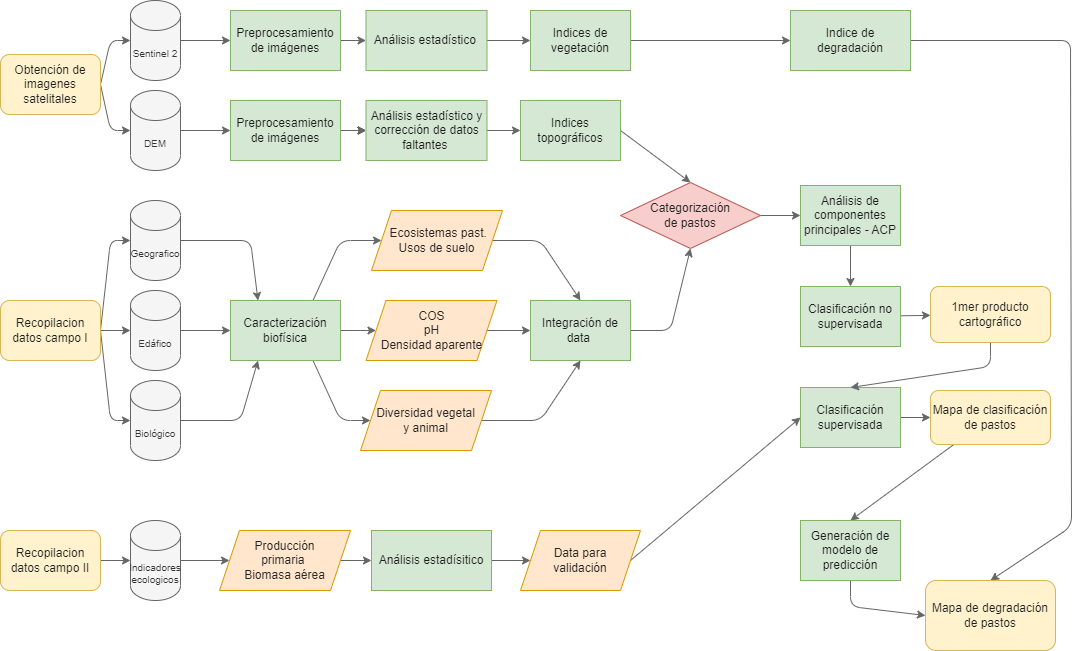
The draw.io diagram Metodologia2.drawio.png in labsaf/COS-HUARI, before a commit. Source tidied: cells renumbered, new cells last; positions are measured from the earlier drawing's top-left corner, leaving out a move shared by most shapes.
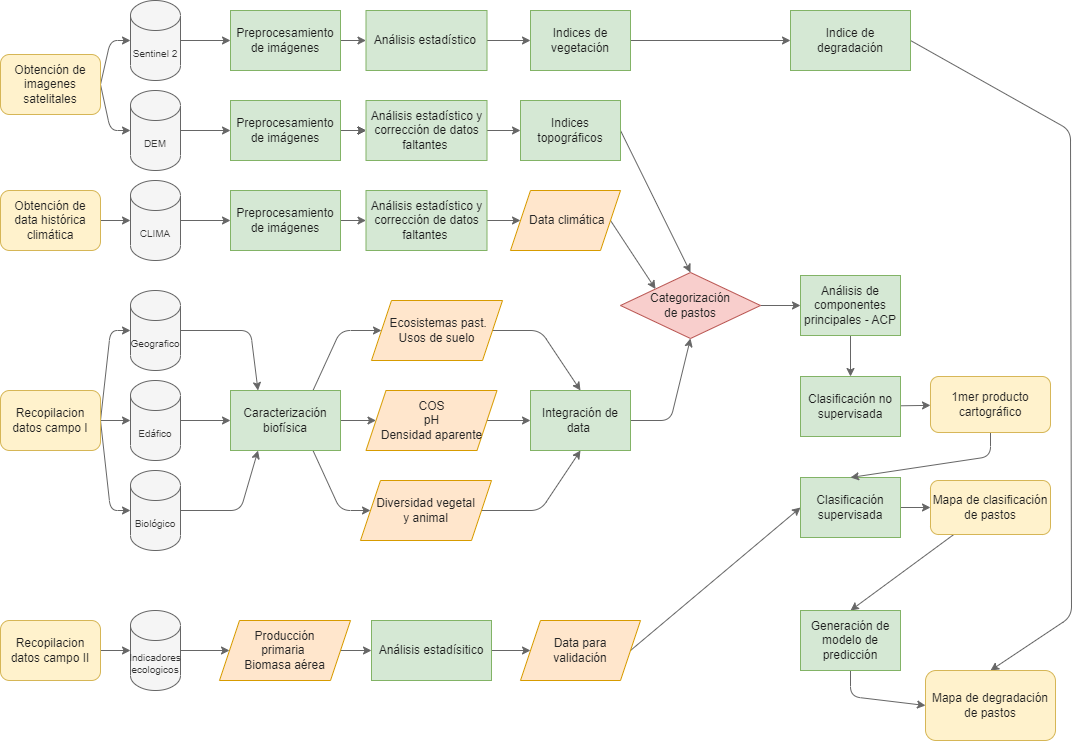
The same diagram one commit later.

Change to the diagram source:
```diff
@@ -5,19 +5,19 @@
     <mxCell id="2" style="edgeStyle=none;html=1;exitX=1;exitY=0.5;exitDx=0;exitDy=0;entryX=0;entryY=0.5;entryDx=0;entryDy=0;entryPerimeter=0;fontSize=12;labelBorderColor=default;fillColor=#f5f5f5;strokeColor=#666666;" parent="1" edge="1" source="4" target="18">
       <mxGeometry relative="1" as="geometry">
         <Array as="points">
-          <mxPoint x="110" y="40" />
+          <mxPoint x="110" y="-50" />
         </Array>
       </mxGeometry>
     </mxCell>
     <mxCell id="3" style="edgeStyle=none;html=1;exitX=1;exitY=0.5;exitDx=0;exitDy=0;entryX=0;entryY=0.5;entryDx=0;entryDy=0;entryPerimeter=0;fontSize=12;labelBorderColor=default;fillColor=#f5f5f5;strokeColor=#666666;" parent="1" edge="1" source="4" target="20">
       <mxGeometry relative="1" as="geometry">
         <Array as="points">
-          <mxPoint x="110" y="130" />
+          <mxPoint x="110" y="40" />
         </Array>
       </mxGeometry>
     </mxCell>
     <mxCell id="4" value="Obtención de imagenes satelitales" style="rounded=1;whiteSpace=wrap;html=1;fillColor=#fff2cc;strokeColor=#d6b656;fontColor=#1F1F1F;" parent="1" vertex="1">
-      <mxGeometry y="54" width="100" height="60" as="geometry" />
+      <mxGeometry y="-36" width="100" height="60" as="geometry" />
     </mxCell>
     <mxCell id="5" style="edgeStyle=none;html=1;exitX=1;exitY=0.5;exitDx=0;exitDy=0;entryX=0;entryY=0.5;entryDx=0;entryDy=0;entryPerimeter=0;fontSize=12;labelBorderColor=default;fillColor=#f5f5f5;strokeColor=#666666;" parent="1" edge="1" source="8" target="10">
       <mxGeometry relative="1" as="geometry">
@@ -69,24 +69,24 @@
       <mxGeometry relative="1" as="geometry" />
     </mxCell>
     <mxCell id="16" value="Preprocesamiento de imágenes" style="rounded=0;whiteSpace=wrap;html=1;fillColor=#d5e8d4;strokeColor=#82b366;fontColor=#1C1C1C;" parent="1" vertex="1">
-      <mxGeometry x="230" y="10" width="110" height="60" as="geometry" />
+      <mxGeometry x="230" y="-80" width="110" height="60" as="geometry" />
     </mxCell>
     <mxCell id="17" style="edgeStyle=none;html=1;labelBorderColor=default;fillColor=#f5f5f5;strokeColor=#666666;" parent="1" edge="1" source="18">
       <mxGeometry relative="1" as="geometry">
-        <mxPoint x="230" y="40" as="targetPoint" />
+        <mxPoint x="230" y="-50" as="targetPoint" />
         <Array as="points">
-          <mxPoint x="230" y="40" />
+          <mxPoint x="230" y="-50" />
         </Array>
       </mxGeometry>
     </mxCell>
     <mxCell id="18" value="Sentinel 2" style="shape=cylinder3;whiteSpace=wrap;html=1;boundedLbl=1;backgroundOutline=1;size=15;fontSize=10;fillColor=#f5f5f5;fontColor=#333333;strokeColor=#666666;" parent="1" vertex="1">
-      <mxGeometry x="130" width="50" height="80" as="geometry" />
+      <mxGeometry x="130" y="-90" width="50" height="80" as="geometry" />
     </mxCell>
     <mxCell id="19" style="edgeStyle=none;hachureGap=4;html=1;exitX=1;exitY=0.5;exitDx=0;exitDy=0;exitPerimeter=0;entryX=0;entryY=0.5;entryDx=0;entryDy=0;fontFamily=Helvetica;fontSource=https%3A%2F%2Ffonts.googleapis.com%2Fcss%3Ffamily%3DArchitects%2BDaughter;fontSize=11;strokeColor=#666666;labelBorderColor=default;fillColor=#f5f5f5;" parent="1" edge="1" source="20" target="65">
       <mxGeometry relative="1" as="geometry" />
     </mxCell>
     <mxCell id="20" value="DEM" style="shape=cylinder3;whiteSpace=wrap;html=1;boundedLbl=1;backgroundOutline=1;size=15;fontSize=10;fillColor=#f5f5f5;fontColor=#333333;strokeColor=#666666;" parent="1" vertex="1">
-      <mxGeometry x="130" y="90" width="50" height="80" as="geometry" />
+      <mxGeometry x="130" width="50" height="80" as="geometry" />
     </mxCell>
     <mxCell id="21" style="edgeStyle=none;html=1;labelBorderColor=default;fillColor=#f5f5f5;strokeColor=#666666;" parent="1" edge="1" source="22" target="24">
       <mxGeometry relative="1" as="geometry" />
@@ -110,7 +110,7 @@
       <mxGeometry relative="1" as="geometry" />
     </mxCell>
     <mxCell id="28" value="Análisis estadístico&amp;nbsp;" style="rounded=0;whiteSpace=wrap;html=1;fillColor=#d5e8d4;strokeColor=#82b366;fontColor=#1C1C1C;" parent="1" vertex="1">
-      <mxGeometry x="365.5" y="10" width="121" height="60" as="geometry" />
+      <mxGeometry x="365.5" y="-80" width="121" height="60" as="geometry" />
     </mxCell>
     <mxCell id="29" style="edgeStyle=none;html=1;fontSize=12;labelBorderColor=default;fillColor=#f5f5f5;strokeColor=#666666;" parent="1" edge="1" source="30" target="51">
       <mxGeometry relative="1" as="geometry" />
@@ -137,7 +137,7 @@
       <mxGeometry relative="1" as="geometry" />
     </mxCell>
     <mxCell id="37" value="Indices de vegetación" style="rounded=0;whiteSpace=wrap;html=1;fontSize=12;fillColor=#d5e8d4;strokeColor=#82b366;fontColor=#1C1C1C;" parent="1" vertex="1">
-      <mxGeometry x="530" y="10" width="100" height="60" as="geometry" />
+      <mxGeometry x="530" y="-80" width="100" height="60" as="geometry" />
     </mxCell>
     <mxCell id="38" style="edgeStyle=none;html=1;entryX=0;entryY=0.5;entryDx=0;entryDy=0;fontSize=11;exitX=0.75;exitY=0;exitDx=0;exitDy=0;strokeColor=#666666;labelBorderColor=default;fillColor=#f5f5f5;" parent="1" edge="1" source="41" target="43">
       <mxGeometry relative="1" as="geometry">
@@ -232,7 +232,7 @@
       </mxGeometry>
     </mxCell>
     <mxCell id="59" value="Indice de degradación" style="rounded=0;whiteSpace=wrap;html=1;fontSize=12;fillColor=#d5e8d4;strokeColor=#82b366;fontColor=#1C1C1C;" parent="1" vertex="1">
-      <mxGeometry x="790" y="10" width="120" height="60" as="geometry" />
+      <mxGeometry x="790" y="-80" width="120" height="60" as="geometry" />
     </mxCell>
     <mxCell id="60" style="edgeStyle=none;html=1;exitX=0.5;exitY=1;exitDx=0;exitDy=0;entryX=0;entryY=0.5;entryDx=0;entryDy=0;fontSize=12;labelBorderColor=default;fillColor=#f5f5f5;strokeColor=#666666;" parent="1" edge="1" source="61" target="62">
       <mxGeometry relative="1" as="geometry">
@@ -254,16 +254,16 @@
       <mxGeometry relative="1" as="geometry" />
     </mxCell>
     <mxCell id="65" value="Preprocesamiento de imágenes" style="rounded=0;whiteSpace=wrap;html=1;fillColor=#d5e8d4;strokeColor=#82b366;fontColor=#1C1C1C;" parent="1" vertex="1">
-      <mxGeometry x="230" y="100" width="110" height="60" as="geometry" />
+      <mxGeometry x="230" y="10" width="110" height="60" as="geometry" />
     </mxCell>
     <mxCell id="66" style="edgeStyle=none;html=1;strokeColor=#666666;hachureGap=4;fontSource=https%3A%2F%2Ffonts.googleapis.com%2Fcss%3Ffamily%3DArchitects%2BDaughter;labelBorderColor=default;fillColor=#f5f5f5;" parent="1" edge="1" source="67" target="68">
       <mxGeometry relative="1" as="geometry" />
     </mxCell>
     <mxCell id="67" value="Análisis estadístico y corrección de datos faltantes&amp;nbsp;" style="rounded=0;whiteSpace=wrap;html=1;fillColor=#d5e8d4;strokeColor=#82b366;fontColor=#1C1C1C;" parent="1" vertex="1">
-      <mxGeometry x="365.5" y="100" width="121" height="60" as="geometry" />
+      <mxGeometry x="365.5" y="10" width="121" height="60" as="geometry" />
     </mxCell>
     <mxCell id="68" value="Indices topográficos" style="rounded=0;whiteSpace=wrap;html=1;fontSize=12;fillColor=#d5e8d4;strokeColor=#82b366;fontColor=#1C1C1C;" parent="1" vertex="1">
-      <mxGeometry x="520" y="100" width="100" height="60" as="geometry" />
+      <mxGeometry x="520" y="10" width="100" height="60" as="geometry" />
     </mxCell>
     <mxCell id="69" style="edgeStyle=none;html=1;entryX=0;entryY=0.5;entryDx=0;entryDy=0;entryPerimeter=0;strokeColor=#666666;labelBorderColor=default;fillColor=#f5f5f5;" parent="1" edge="1" source="70" target="22">
       <mxGeometry relative="1" as="geometry" />
@@ -271,5 +271,35 @@
     <mxCell id="70" value="Recopilacion datos campo II" style="rounded=1;whiteSpace=wrap;html=1;fillColor=#fff2cc;strokeColor=#d6b656;fontColor=#1F1F1F;" parent="1" vertex="1">
       <mxGeometry y="530" width="100" height="60" as="geometry" />
     </mxCell>
+    <mxCell id="71" style="edgeStyle=none;html=1;strokeColor=#666666;hachureGap=4;fontSource=https%3A%2F%2Ffonts.googleapis.com%2Fcss%3Ffamily%3DArchitects%2BDaughter;labelBorderColor=default;fillColor=#f5f5f5;" parent="1" edge="1" source="72" target="74">
+      <mxGeometry relative="1" as="geometry" />
+    </mxCell>
+    <mxCell id="72" value="CLIMA" style="shape=cylinder3;whiteSpace=wrap;html=1;boundedLbl=1;backgroundOutline=1;size=15;fontSize=10;fillColor=#f5f5f5;fontColor=#333333;strokeColor=#666666;" parent="1" vertex="1">
+      <mxGeometry x="130" y="90" width="50" height="80" as="geometry" />
+    </mxCell>
+    <mxCell id="73" style="edgeStyle=none;html=1;strokeColor=#666666;hachureGap=4;fontSource=https%3A%2F%2Ffonts.googleapis.com%2Fcss%3Ffamily%3DArchitects%2BDaughter;labelBorderColor=default;fillColor=#f5f5f5;" parent="1" edge="1" source="74" target="76">
+      <mxGeometry relative="1" as="geometry" />
+    </mxCell>
+    <mxCell id="74" value="Preprocesamiento de imágenes" style="rounded=0;whiteSpace=wrap;html=1;fillColor=#d5e8d4;strokeColor=#82b366;fontColor=#1C1C1C;" parent="1" vertex="1">
+      <mxGeometry x="230" y="100" width="110" height="60" as="geometry" />
+    </mxCell>
+    <mxCell id="75" style="edgeStyle=none;html=1;strokeColor=#666666;hachureGap=4;fontSource=https%3A%2F%2Ffonts.googleapis.com%2Fcss%3Ffamily%3DArchitects%2BDaughter;labelBorderColor=default;fillColor=#f5f5f5;" parent="1" edge="1" source="76" target="78">
+      <mxGeometry relative="1" as="geometry" />
+    </mxCell>
+    <mxCell id="76" value="Análisis estadístico y corrección de datos faltantes&amp;nbsp;" style="rounded=0;whiteSpace=wrap;html=1;fillColor=#d5e8d4;strokeColor=#82b366;fontColor=#1C1C1C;" parent="1" vertex="1">
+      <mxGeometry x="365.5" y="100" width="121" height="60" as="geometry" />
+    </mxCell>
+    <mxCell id="77" style="edgeStyle=none;html=1;exitX=1;exitY=0.5;exitDx=0;exitDy=0;entryX=0;entryY=0;entryDx=0;entryDy=0;strokeColor=#666666;hachureGap=4;fontSource=https%3A%2F%2Ffonts.googleapis.com%2Fcss%3Ffamily%3DArchitects%2BDaughter;labelBorderColor=default;fillColor=#f5f5f5;" parent="1" edge="1" source="78" target="34">
+      <mxGeometry relative="1" as="geometry" />
+    </mxCell>
+    <mxCell id="78" value="&amp;nbsp;Data climática" style="shape=parallelogram;perimeter=parallelogramPerimeter;whiteSpace=wrap;html=1;fixedSize=1;fillColor=#ffe6cc;strokeColor=#d79b00;fontColor=#262626;" parent="1" vertex="1">
+      <mxGeometry x="510" y="100" width="110" height="60" as="geometry" />
+    </mxCell>
+    <mxCell id="79" style="edgeStyle=none;html=1;strokeColor=#666666;hachureGap=4;fontSource=https%3A%2F%2Ffonts.googleapis.com%2Fcss%3Ffamily%3DArchitects%2BDaughter;labelBorderColor=default;fillColor=#f5f5f5;" parent="1" edge="1" source="80" target="72">
+      <mxGeometry relative="1" as="geometry" />
+    </mxCell>
+    <mxCell id="80" value="Obtención de data histórica climática" style="rounded=1;whiteSpace=wrap;html=1;fillColor=#fff2cc;strokeColor=#d6b656;fontColor=#1F1F1F;" parent="1" vertex="1">
+      <mxGeometry y="100" width="100" height="60" as="geometry" />
+    </mxCell>
   </root>
 </mxGraphModel>
```
